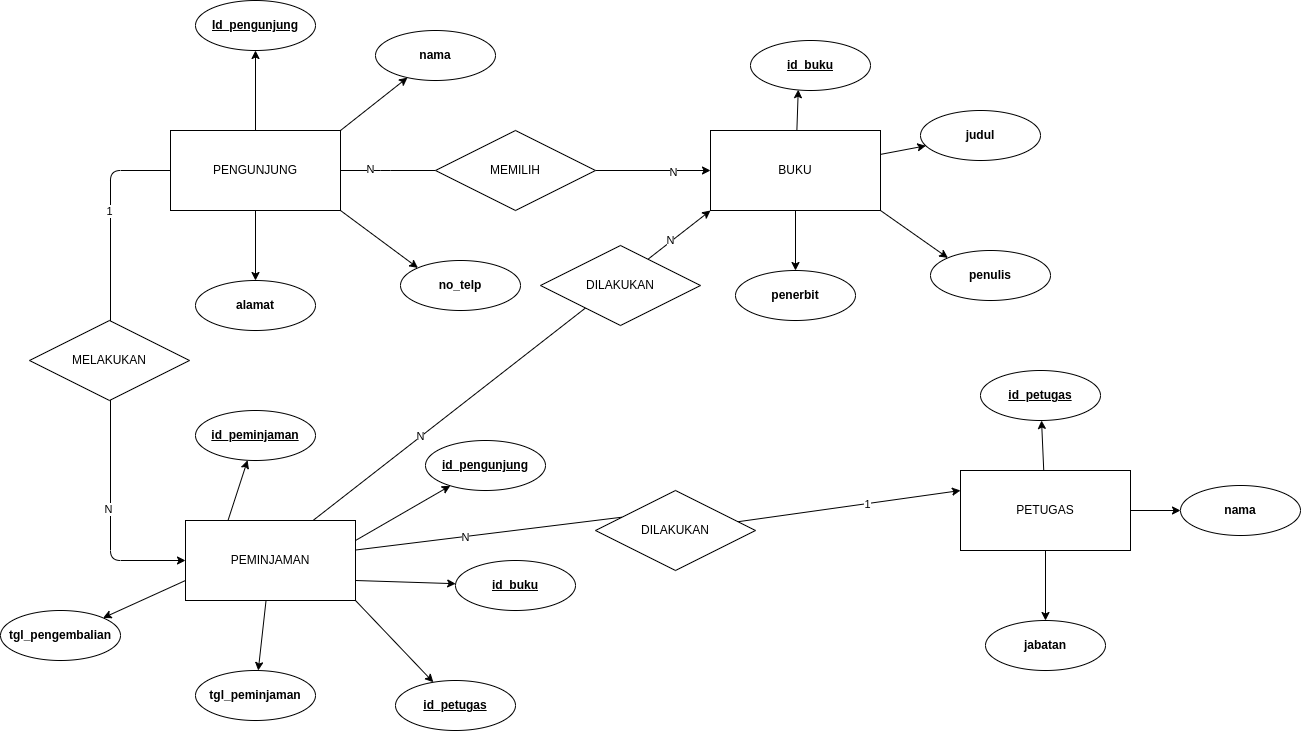
Above: erd_normal_perpustakaan.drawio.png in rezaawp/pesilat__2023_erd_normalisasi (draw.io), before the change. Source tidied: cells renumbered, new cells last; positions are measured from the earlier drawing's top-left corner, leaving out a move shared by most shapes. The source it was exported from:
```xml
<mxGraphModel>
  <root>
    <mxCell id="0" />
    <mxCell id="1" parent="0" />
    <mxCell id="2" style="edgeStyle=none;html=1;entryX=0.398;entryY=0.984;entryDx=0;entryDy=0;entryPerimeter=0;" parent="1" edge="1" source="6" target="37">
      <mxGeometry relative="1" as="geometry" />
    </mxCell>
    <mxCell id="3" style="edgeStyle=none;html=1;" parent="1" edge="1" source="6" target="38">
      <mxGeometry relative="1" as="geometry" />
    </mxCell>
    <mxCell id="4" style="edgeStyle=none;html=1;exitX=1;exitY=1;exitDx=0;exitDy=0;entryX=0;entryY=0;entryDx=0;entryDy=0;" parent="1" edge="1" source="6" target="39">
      <mxGeometry relative="1" as="geometry" />
    </mxCell>
    <mxCell id="5" style="edgeStyle=none;html=1;entryX=0.5;entryY=0;entryDx=0;entryDy=0;" parent="1" edge="1" source="6" target="40">
      <mxGeometry relative="1" as="geometry" />
    </mxCell>
    <mxCell id="6" value="BUKU" style="rounded=0;whiteSpace=wrap;html=1;" parent="1" vertex="1">
      <mxGeometry x="710" y="130" width="170" height="80" as="geometry" />
    </mxCell>
    <mxCell id="7" style="edgeStyle=none;html=1;entryX=0.5;entryY=1;entryDx=0;entryDy=0;" parent="1" edge="1" source="16" target="33">
      <mxGeometry relative="1" as="geometry" />
    </mxCell>
    <mxCell id="8" style="edgeStyle=none;html=1;exitX=1;exitY=0;exitDx=0;exitDy=0;" parent="1" edge="1" source="16" target="34">
      <mxGeometry relative="1" as="geometry" />
    </mxCell>
    <mxCell id="9" style="edgeStyle=none;html=1;exitX=1;exitY=1;exitDx=0;exitDy=0;entryX=0;entryY=0;entryDx=0;entryDy=0;" parent="1" edge="1" source="16" target="36">
      <mxGeometry relative="1" as="geometry" />
    </mxCell>
    <mxCell id="10" style="edgeStyle=none;html=1;exitX=0.5;exitY=1;exitDx=0;exitDy=0;" parent="1" edge="1" source="16" target="35">
      <mxGeometry relative="1" as="geometry" />
    </mxCell>
    <mxCell id="11" style="edgeStyle=none;html=1;startArrow=none;" parent="1" edge="1" source="52" target="6">
      <mxGeometry relative="1" as="geometry" />
    </mxCell>
    <mxCell id="12" value="N" style="edgeLabel;html=1;align=center;verticalAlign=middle;" parent="11" vertex="1">
      <mxGeometry x="0.36" y="-2" relative="1" as="geometry" />
    </mxCell>
    <mxCell id="13" style="edgeStyle=none;html=1;entryX=0;entryY=0.5;entryDx=0;entryDy=0;" parent="1" edge="1" source="16" target="32">
      <mxGeometry relative="1" as="geometry">
        <Array as="points">
          <mxPoint x="110" y="170" />
          <mxPoint x="110" y="560" />
        </Array>
      </mxGeometry>
    </mxCell>
    <mxCell id="14" value="1" style="edgeLabel;html=1;align=center;verticalAlign=middle;" parent="13" vertex="1">
      <mxGeometry x="-0.61" y="-1" relative="1" as="geometry" />
    </mxCell>
    <mxCell id="15" value="N" style="edgeLabel;html=1;align=center;verticalAlign=middle;" parent="13" vertex="1">
      <mxGeometry x="0.52" y="-2" relative="1" as="geometry" />
    </mxCell>
    <mxCell id="16" value="PENGUNJUNG" style="rounded=0;whiteSpace=wrap;html=1;" parent="1" vertex="1">
      <mxGeometry x="170" y="130" width="170" height="80" as="geometry" />
    </mxCell>
    <mxCell id="17" style="edgeStyle=none;html=1;" parent="1" edge="1" source="20" target="41">
      <mxGeometry relative="1" as="geometry" />
    </mxCell>
    <mxCell id="18" style="edgeStyle=none;html=1;entryX=0.5;entryY=0;entryDx=0;entryDy=0;" parent="1" edge="1" source="20" target="43">
      <mxGeometry relative="1" as="geometry" />
    </mxCell>
    <mxCell id="19" style="edgeStyle=none;html=1;" parent="1" edge="1" source="20" target="42">
      <mxGeometry relative="1" as="geometry" />
    </mxCell>
    <mxCell id="20" value="PETUGAS" style="rounded=0;whiteSpace=wrap;html=1;" parent="1" vertex="1">
      <mxGeometry x="960" y="470" width="170" height="80" as="geometry" />
    </mxCell>
    <mxCell id="21" style="edgeStyle=none;html=1;" parent="1" edge="1" source="32" target="48">
      <mxGeometry relative="1" as="geometry" />
    </mxCell>
    <mxCell id="22" style="edgeStyle=none;html=1;exitX=0;exitY=0.75;exitDx=0;exitDy=0;entryX=1;entryY=0;entryDx=0;entryDy=0;" parent="1" edge="1" source="32" target="49">
      <mxGeometry relative="1" as="geometry" />
    </mxCell>
    <mxCell id="23" style="edgeStyle=none;html=1;exitX=0.25;exitY=0;exitDx=0;exitDy=0;" parent="1" edge="1" source="32" target="44">
      <mxGeometry relative="1" as="geometry" />
    </mxCell>
    <mxCell id="24" style="edgeStyle=none;html=1;exitX=1;exitY=0.25;exitDx=0;exitDy=0;" parent="1" edge="1" source="32" target="45">
      <mxGeometry relative="1" as="geometry" />
    </mxCell>
    <mxCell id="25" style="edgeStyle=none;html=1;exitX=1;exitY=0.75;exitDx=0;exitDy=0;" parent="1" edge="1" source="32" target="46">
      <mxGeometry relative="1" as="geometry" />
    </mxCell>
    <mxCell id="26" style="edgeStyle=none;html=1;exitX=1;exitY=1;exitDx=0;exitDy=0;" parent="1" edge="1" source="32" target="47">
      <mxGeometry relative="1" as="geometry" />
    </mxCell>
    <mxCell id="27" style="edgeStyle=none;html=1;entryX=0;entryY=0.25;entryDx=0;entryDy=0;startArrow=none;" parent="1" edge="1" source="56" target="20">
      <mxGeometry relative="1" as="geometry" />
    </mxCell>
    <mxCell id="28" value="1" style="edgeLabel;html=1;align=center;verticalAlign=middle;" parent="27" vertex="1">
      <mxGeometry x="0.16" y="-1" relative="1" as="geometry" />
    </mxCell>
    <mxCell id="29" style="edgeStyle=none;html=1;exitX=0.75;exitY=0;exitDx=0;exitDy=0;entryX=0;entryY=1;entryDx=0;entryDy=0;" parent="1" edge="1" source="32" target="6">
      <mxGeometry relative="1" as="geometry" />
    </mxCell>
    <mxCell id="30" value="N" style="edgeLabel;html=1;align=center;verticalAlign=middle;" parent="29" vertex="1">
      <mxGeometry x="-0.46" relative="1" as="geometry" />
    </mxCell>
    <mxCell id="31" value="N" style="edgeLabel;html=1;align=center;verticalAlign=middle;" parent="29" vertex="1">
      <mxGeometry x="0.76" y="-1" relative="1" as="geometry">
        <mxPoint x="7" y="-8" as="offset" />
      </mxGeometry>
    </mxCell>
    <mxCell id="32" value="PEMINJAMAN" style="rounded=0;whiteSpace=wrap;html=1;" parent="1" vertex="1">
      <mxGeometry x="185" y="520" width="170" height="80" as="geometry" />
    </mxCell>
    <mxCell id="33" value="Id_pengunjung" style="ellipse;whiteSpace=wrap;html=1;fontStyle=5;" parent="1" vertex="1">
      <mxGeometry x="195" width="120" height="50" as="geometry" />
    </mxCell>
    <mxCell id="34" value="nama" style="ellipse;whiteSpace=wrap;html=1;fontStyle=1;" parent="1" vertex="1">
      <mxGeometry x="375" y="30" width="120" height="50" as="geometry" />
    </mxCell>
    <mxCell id="35" value="alamat" style="ellipse;whiteSpace=wrap;html=1;fontStyle=1;" parent="1" vertex="1">
      <mxGeometry x="195" y="280" width="120" height="50" as="geometry" />
    </mxCell>
    <mxCell id="36" value="no_telp" style="ellipse;whiteSpace=wrap;html=1;fontStyle=1;" parent="1" vertex="1">
      <mxGeometry x="400" y="260" width="120" height="50" as="geometry" />
    </mxCell>
    <mxCell id="37" value="&lt;u&gt;id_buku&lt;/u&gt;" style="ellipse;whiteSpace=wrap;html=1;fontStyle=1;" parent="1" vertex="1">
      <mxGeometry x="750" y="40" width="120" height="50" as="geometry" />
    </mxCell>
    <mxCell id="38" value="judul" style="ellipse;whiteSpace=wrap;html=1;fontStyle=1;" parent="1" vertex="1">
      <mxGeometry x="920" y="110" width="120" height="50" as="geometry" />
    </mxCell>
    <mxCell id="39" value="penulis" style="ellipse;whiteSpace=wrap;html=1;fontStyle=1;" parent="1" vertex="1">
      <mxGeometry x="930" y="250" width="120" height="50" as="geometry" />
    </mxCell>
    <mxCell id="40" value="penerbit" style="ellipse;whiteSpace=wrap;html=1;fontStyle=1;" parent="1" vertex="1">
      <mxGeometry x="735" y="270" width="120" height="50" as="geometry" />
    </mxCell>
    <mxCell id="41" value="&lt;u&gt;id_petugas&lt;/u&gt;" style="ellipse;whiteSpace=wrap;html=1;fontStyle=1;" parent="1" vertex="1">
      <mxGeometry x="980" y="370" width="120" height="50" as="geometry" />
    </mxCell>
    <mxCell id="42" value="nama" style="ellipse;whiteSpace=wrap;html=1;fontStyle=1;" parent="1" vertex="1">
      <mxGeometry x="1180" y="485" width="120" height="50" as="geometry" />
    </mxCell>
    <mxCell id="43" value="jabatan" style="ellipse;whiteSpace=wrap;html=1;fontStyle=1;" parent="1" vertex="1">
      <mxGeometry x="985" y="620" width="120" height="50" as="geometry" />
    </mxCell>
    <mxCell id="44" value="&lt;u&gt;id_peminjaman&lt;/u&gt;" style="ellipse;whiteSpace=wrap;html=1;fontStyle=1;" parent="1" vertex="1">
      <mxGeometry x="195" y="410" width="120" height="50" as="geometry" />
    </mxCell>
    <mxCell id="45" value="&lt;u&gt;id_pengunjung&lt;/u&gt;" style="ellipse;whiteSpace=wrap;html=1;fontStyle=1;" parent="1" vertex="1">
      <mxGeometry x="425" y="440" width="120" height="50" as="geometry" />
    </mxCell>
    <mxCell id="46" value="&lt;u&gt;id_buku&lt;/u&gt;" style="ellipse;whiteSpace=wrap;html=1;fontStyle=1;" parent="1" vertex="1">
      <mxGeometry x="455" y="560" width="120" height="50" as="geometry" />
    </mxCell>
    <mxCell id="47" value="&lt;u&gt;id_petugas&lt;/u&gt;" style="ellipse;whiteSpace=wrap;html=1;fontStyle=1;" parent="1" vertex="1">
      <mxGeometry x="395" y="680" width="120" height="50" as="geometry" />
    </mxCell>
    <mxCell id="48" value="tgl_peminjaman" style="ellipse;whiteSpace=wrap;html=1;fontStyle=1;" parent="1" vertex="1">
      <mxGeometry x="195" y="670" width="120" height="50" as="geometry" />
    </mxCell>
    <mxCell id="49" value="tgl_pengembalian" style="ellipse;whiteSpace=wrap;html=1;fontStyle=1;" parent="1" vertex="1">
      <mxGeometry y="610" width="120" height="50" as="geometry" />
    </mxCell>
    <mxCell id="50" style="edgeStyle=none;html=1;endArrow=none;" parent="1" edge="1" source="16" target="52">
      <mxGeometry relative="1" as="geometry">
        <Array as="points">
          <mxPoint x="380" y="170" />
        </Array>
      </mxGeometry>
    </mxCell>
    <mxCell id="51" value="N" style="edgeLabel;html=1;align=center;verticalAlign=middle;" parent="50" vertex="1">
      <mxGeometry x="-0.38" y="1" relative="1" as="geometry" />
    </mxCell>
    <mxCell id="52" value="MEMILIH" style="rhombus;whiteSpace=wrap;html=1;" parent="1" vertex="1">
      <mxGeometry x="435" y="130" width="160" height="80" as="geometry" />
    </mxCell>
    <mxCell id="53" value="MELAKUKAN" style="rhombus;whiteSpace=wrap;html=1;" parent="1" vertex="1">
      <mxGeometry x="29" y="320" width="160" height="80" as="geometry" />
    </mxCell>
    <mxCell id="54" style="edgeStyle=none;html=1;entryX=0;entryY=0.25;entryDx=0;entryDy=0;endArrow=none;" parent="1" edge="1" source="32" target="56">
      <mxGeometry relative="1" as="geometry" />
    </mxCell>
    <mxCell id="55" value="N" style="edgeLabel;html=1;align=center;verticalAlign=middle;" parent="54" vertex="1">
      <mxGeometry x="-0.18" y="-1" relative="1" as="geometry" />
    </mxCell>
    <mxCell id="56" value="DILAKUKAN" style="rhombus;whiteSpace=wrap;html=1;" parent="1" vertex="1">
      <mxGeometry x="595" y="490" width="160" height="80" as="geometry" />
    </mxCell>
    <mxCell id="57" value="DILAKUKAN" style="rhombus;whiteSpace=wrap;html=1;" parent="1" vertex="1">
      <mxGeometry x="540" y="245" width="160" height="80" as="geometry" />
    </mxCell>
  </root>
</mxGraphModel>
```
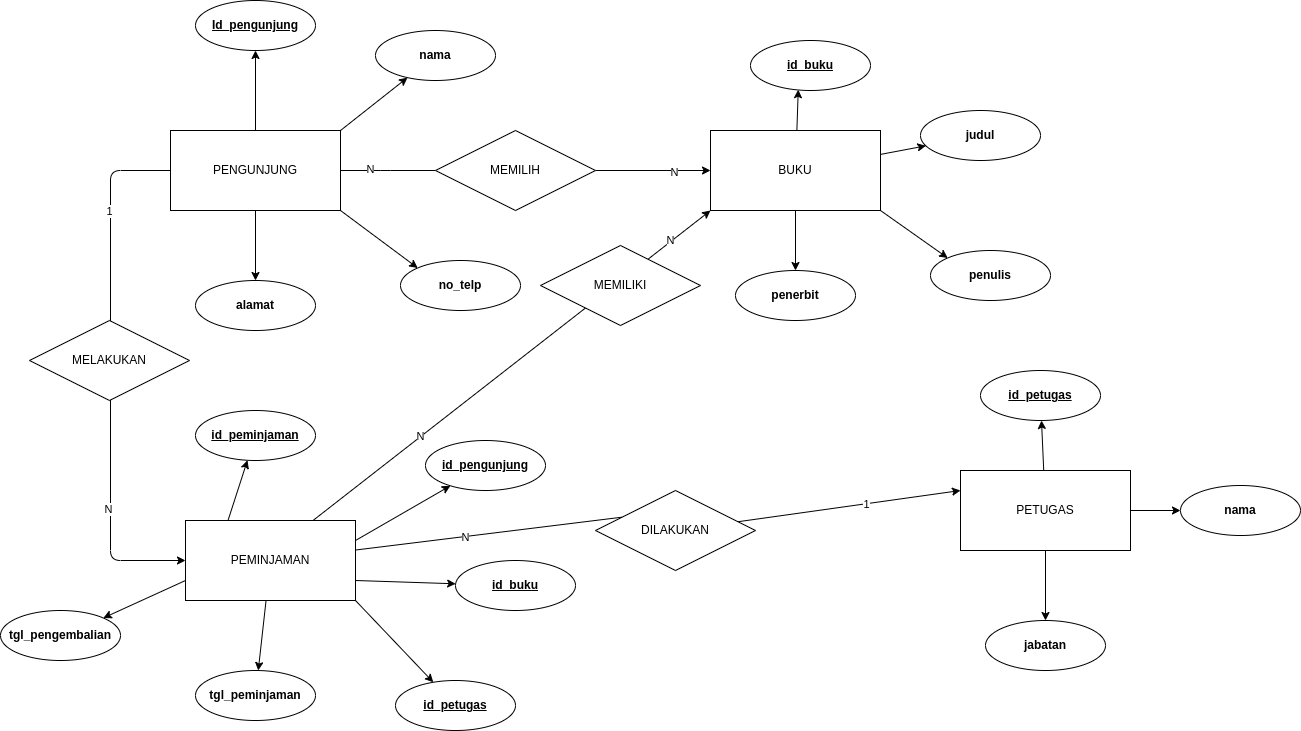
The same diagram one commit later.

Change to the diagram source:
```diff
@@ -178,7 +178,7 @@
     <mxCell id="56" value="DILAKUKAN" style="rhombus;whiteSpace=wrap;html=1;" parent="1" vertex="1">
       <mxGeometry x="595" y="490" width="160" height="80" as="geometry" />
     </mxCell>
-    <mxCell id="57" value="DILAKUKAN" style="rhombus;whiteSpace=wrap;html=1;" parent="1" vertex="1">
+    <mxCell id="57" value="MEMILIKI" style="rhombus;whiteSpace=wrap;html=1;" parent="1" vertex="1">
       <mxGeometry x="540" y="245" width="160" height="80" as="geometry" />
     </mxCell>
   </root>
```
